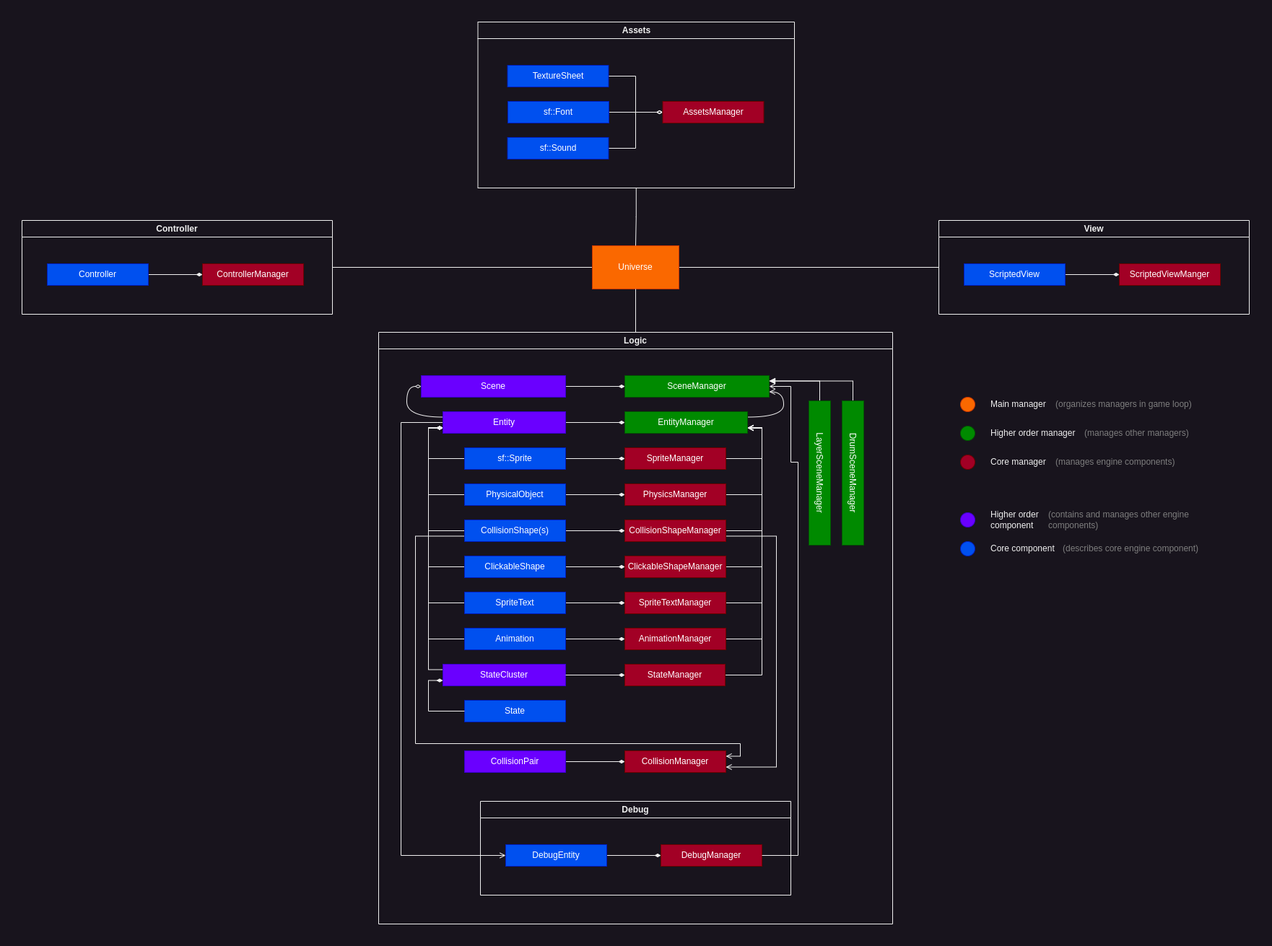
This is notes/Engine.drawio.png from codeandjoy/SGE, a draw.io export, as it was before one commit. Source tidied: cells renumbered, new cells last; positions are measured from the earlier drawing's top-left corner, leaving out a move shared by most shapes.
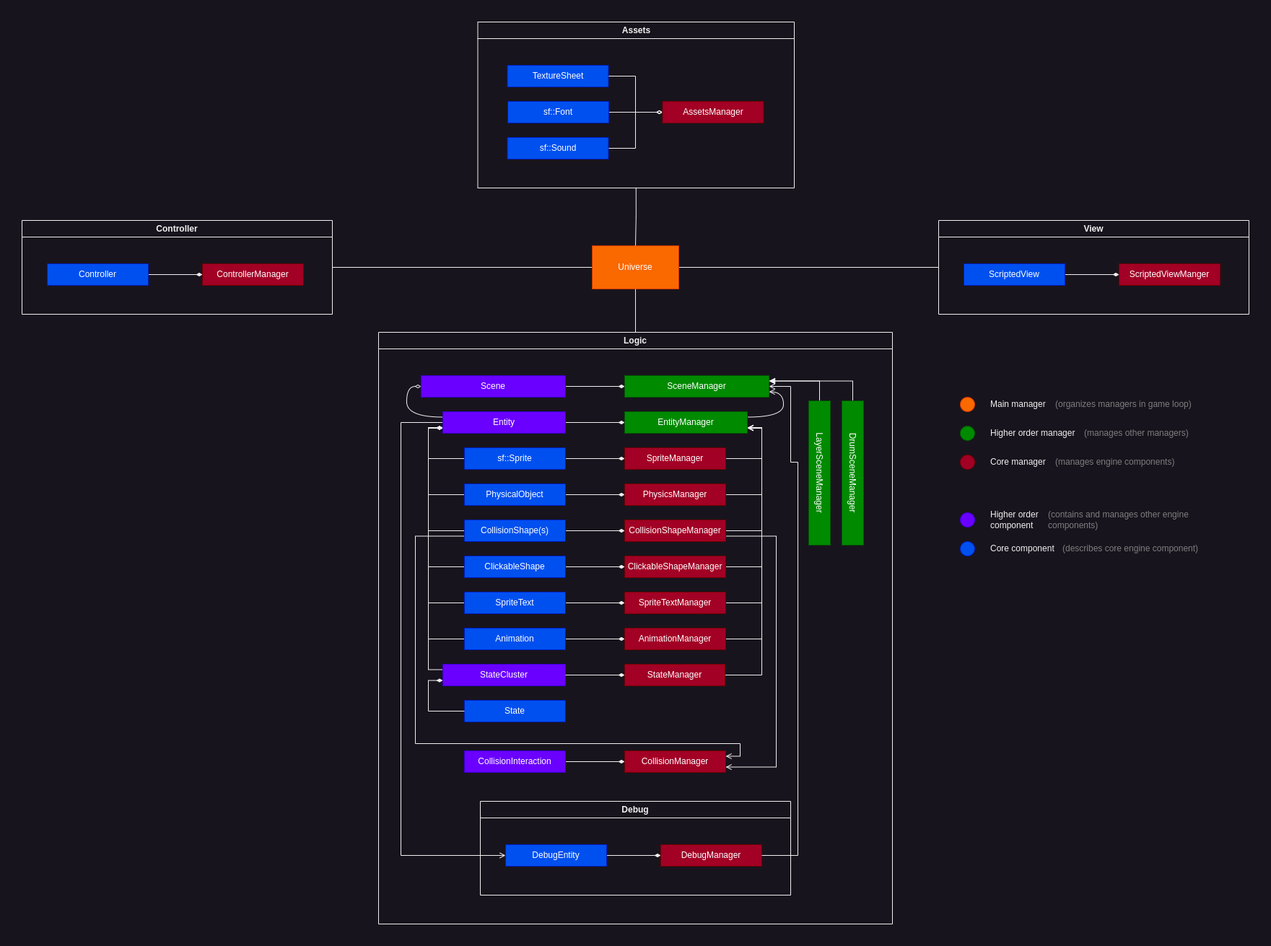
The same file after the commit.

Diff of the diagram source:
```diff
@@ -163,7 +163,7 @@
     <mxCell id="49" style="edgeStyle=orthogonalEdgeStyle;rounded=0;jettySize=auto;html=1;exitX=1;exitY=0.5;exitDx=0;exitDy=0;entryX=0;entryY=0.5;entryDx=0;entryDy=0;endArrow=diamondThin;endFill=1;" parent="6" edge="1" source="50" target="48">
       <mxGeometry relative="1" as="geometry" />
     </mxCell>
-    <mxCell id="50" value="CollisionPair" style="rounded=0;whiteSpace=wrap;html=1;fillColor=#6a00ff;fontColor=#ffffff;strokeColor=#3700CC;" parent="6" vertex="1">
+    <mxCell id="50" value="CollisionInteraction" style="rounded=0;whiteSpace=wrap;html=1;fillColor=#6a00ff;fontColor=#ffffff;strokeColor=#3700CC;" parent="6" vertex="1">
       <mxGeometry x="119" y="580" width="140" height="30" as="geometry" />
     </mxCell>
     <mxCell id="51" style="edgeStyle=orthogonalEdgeStyle;rounded=0;jettySize=auto;html=1;exitX=0;exitY=0.5;exitDx=0;exitDy=0;entryX=1;entryY=0.25;entryDx=0;entryDy=0;endArrow=block;endFill=1;" parent="6" edge="1" source="52" target="32">
```
